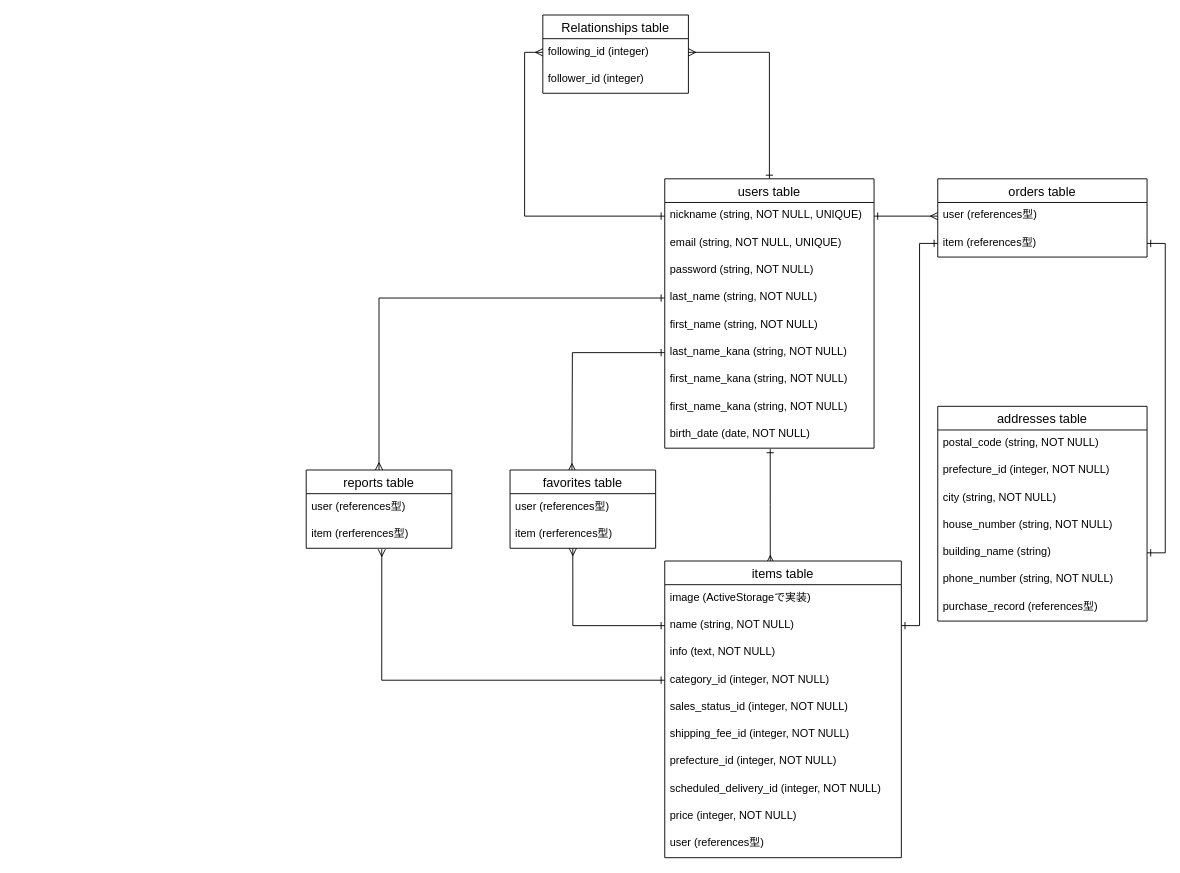
This is furima-31741.dio from KeiIchi-74/furima-31741, a draw.io file, before an edit. Source tidied: cells renumbered, new cells numbered last; positions are measured from the earlier drawing's top-left corner, leaving out a move shared by most shapes. Both pictures are drawn from the tidied source at 91%, with x=0, y=0 at pixel (306, 15).
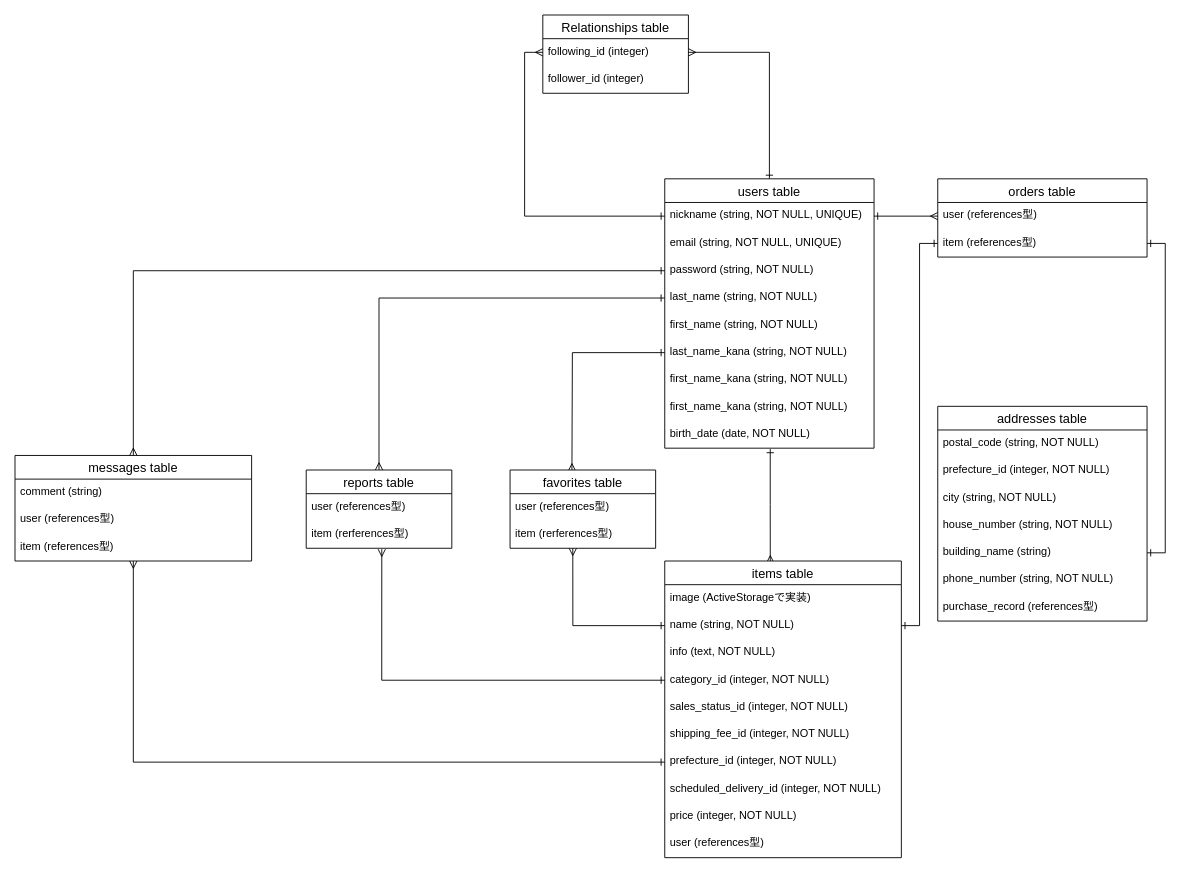
The same page after the edit.

The change refers to these unchanged cells:
```xml
<mxCell id="29" value="prefecture_id (integer, NOT NULL)" style="text;strokeColor=none;fillColor=none;spacingLeft=4;spacingRight=4;overflow=hidden;points=[[0,0.5],[1,0.5]];portConstraint=eastwest;fontSize=12;" parent="22" vertex="1">
  <mxGeometry y="206" width="260" height="30" as="geometry" />
</mxCell>
<mxCell id="37" value="password (string, NOT NULL)" style="text;strokeColor=none;fillColor=none;spacingLeft=4;spacingRight=4;overflow=hidden;points=[[0,0.5],[1,0.5]];portConstraint=eastwest;fontSize=12;" parent="34" vertex="1">
  <mxGeometry y="86" width="230" height="30" as="geometry" />
</mxCell>
```

Diff of the diagram source:
```diff
@@
+    <mxCell id="53" value="messages table" style="swimlane;fontStyle=0;horizontal=1;startSize=26;align=center;fontSize=14;" parent="1" vertex="1">
+      <mxGeometry x="-320" y="484" width="260" height="116" as="geometry" />
+    </mxCell>
+    <mxCell id="54" value="comment (string)" style="text;strokeColor=none;fillColor=none;spacingLeft=4;spacingRight=4;overflow=hidden;fontSize=12;" parent="53" vertex="1">
+      <mxGeometry y="26" width="260" height="30" as="geometry" />
+    </mxCell>
+    <mxCell id="55" value="user (references型)" style="text;strokeColor=none;fillColor=none;spacingLeft=4;spacingRight=4;overflow=hidden;fontSize=12;" parent="53" vertex="1">
+      <mxGeometry y="56" width="260" height="30" as="geometry" />
+    </mxCell>
+    <mxCell id="56" value="item (references型)" style="text;strokeColor=none;fillColor=none;spacingLeft=4;spacingRight=4;overflow=hidden;points=[[0,0.5],[1,0.5]];portConstraint=eastwest;fontSize=12;" parent="53" vertex="1">
+      <mxGeometry y="86" width="260" height="30" as="geometry" />
+    </mxCell>
+    <mxCell id="57" style="edgeStyle=orthogonalEdgeStyle;rounded=0;jettySize=auto;html=1;exitX=0;exitY=0.5;exitDx=0;exitDy=0;entryX=0.5;entryY=0;entryDx=0;entryDy=0;endArrow=ERmany;endFill=0;startArrow=ERone;startFill=0;" parent="1" edge="1" source="37" target="53">
+      <mxGeometry relative="1" as="geometry" />
+    </mxCell>
+    <mxCell id="58" style="edgeStyle=orthogonalEdgeStyle;rounded=0;jettySize=auto;html=1;exitX=0;exitY=0.5;exitDx=0;exitDy=0;entryX=0.5;entryY=1;entryDx=0;entryDy=0;entryPerimeter=0;endArrow=ERmany;endFill=0;startArrow=ERone;startFill=0;" parent="1" edge="1" source="29" target="56">
+      <mxGeometry relative="1" as="geometry" />
+    </mxCell>
```
